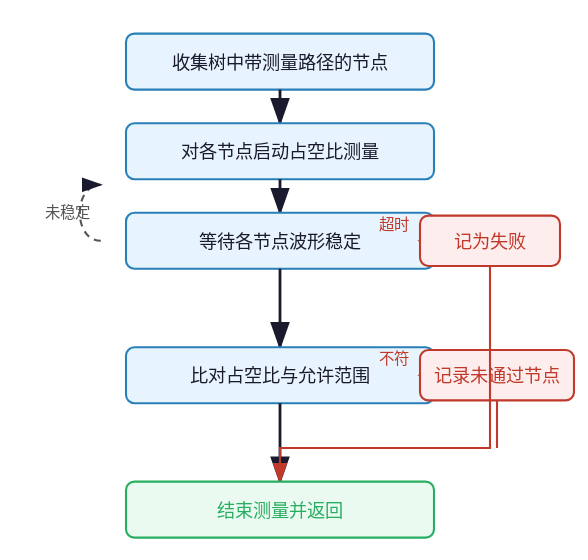
Earlier version of the draw.io export src/sv/agent/clock_tree/images/check_duty_flow.drawio.svg (XiaoHui2023/templates). Source tidied: cells renumbered, new cells last; positions are measured from the earlier drawing's top-left corner, leaving out a move shared by most shapes.
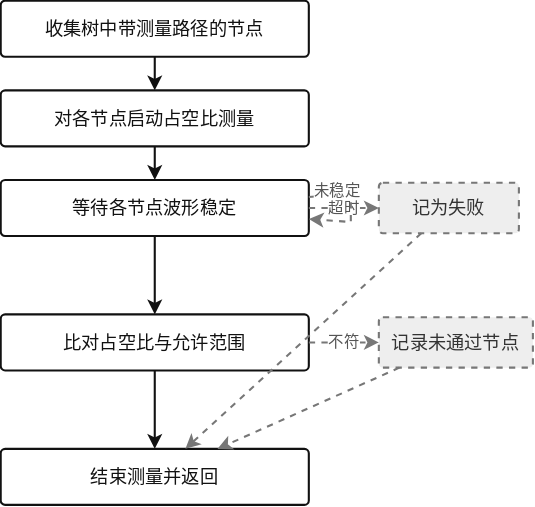
The same diagram one commit later.

The edit, as a diff of the source:
```diff
@@ -2,53 +2,57 @@
   <root>
     <mxCell id="0" />
     <mxCell id="1" parent="0" />
-    <mxCell id="2" value="收集树中带测量路径的节点" style="rounded=1;whiteSpace=wrap;html=1;fillColor=#e8f4fd;strokeColor=#2980b9;align=center;verticalAlign=middle;" parent="1" vertex="1">
+    <mxCell id="2" value="收集树中带测量路径的节点" style="rounded=1;whiteSpace=wrap;html=1;fillColor=#ffffff;strokeColor=#111111;strokeWidth=1.5;fontSize=13;fontColor=#111111;arcSize=8;align=center;verticalAlign=middle;" parent="1" vertex="1">
       <mxGeometry width="220" height="40" as="geometry" />
     </mxCell>
-    <mxCell id="3" value="对各节点启动占空比测量" style="rounded=1;whiteSpace=wrap;html=1;fillColor=#e8f4fd;strokeColor=#2980b9;align=center;verticalAlign=middle;" parent="1" vertex="1">
+    <mxCell id="3" value="对各节点启动占空比测量" style="rounded=1;whiteSpace=wrap;html=1;fillColor=#ffffff;strokeColor=#111111;strokeWidth=1.5;fontSize=13;fontColor=#111111;arcSize=8;align=center;verticalAlign=middle;" parent="1" vertex="1">
       <mxGeometry y="64" width="220" height="40" as="geometry" />
     </mxCell>
-    <mxCell id="4" value="等待各节点波形稳定" style="rounded=1;whiteSpace=wrap;html=1;fillColor=#e8f4fd;strokeColor=#2980b9;align=center;verticalAlign=middle;" parent="1" vertex="1">
+    <mxCell id="4" value="等待各节点波形稳定" style="rounded=1;whiteSpace=wrap;html=1;fillColor=#ffffff;strokeColor=#111111;strokeWidth=1.5;fontSize=13;fontColor=#111111;arcSize=8;align=center;verticalAlign=middle;" parent="1" vertex="1">
       <mxGeometry y="128" width="220" height="40" as="geometry" />
     </mxCell>
-    <mxCell id="5" value="比对占空比与允许范围" style="rounded=1;whiteSpace=wrap;html=1;fillColor=#e8f4fd;strokeColor=#2980b9;align=center;verticalAlign=middle;" parent="1" vertex="1">
+    <mxCell id="5" value="比对占空比与允许范围" style="rounded=1;whiteSpace=wrap;html=1;fillColor=#ffffff;strokeColor=#111111;strokeWidth=1.5;fontSize=13;fontColor=#111111;arcSize=8;align=center;verticalAlign=middle;" parent="1" vertex="1">
       <mxGeometry y="224" width="220" height="40" as="geometry" />
     </mxCell>
-    <mxCell id="6" value="结束测量并返回" style="rounded=1;whiteSpace=wrap;html=1;fillColor=#eafaf1;strokeColor=#27ae60;align=center;verticalAlign=middle;" parent="1" vertex="1">
+    <mxCell id="6" value="结束测量并返回" style="rounded=1;whiteSpace=wrap;html=1;fillColor=#ffffff;strokeColor=#111111;strokeWidth=1.5;fontSize=13;fontColor=#111111;arcSize=8;align=center;verticalAlign=middle;" parent="1" vertex="1">
       <mxGeometry y="320" width="220" height="40" as="geometry" />
     </mxCell>
-    <mxCell id="7" value="记为失败" style="rounded=1;whiteSpace=wrap;html=1;fillColor=#fdedec;strokeColor=#c0392b;align=center;verticalAlign=middle;" parent="1" vertex="1">
-      <mxGeometry x="210" y="130" width="100" height="36" as="geometry" />
+    <mxCell id="7" value="记为失败" style="rounded=1;whiteSpace=wrap;html=1;fillColor=#eeeeee;strokeColor=#777777;dashed=1;strokeWidth=1.5;fontSize=13;fontColor=#333333;arcSize=8;align=center;verticalAlign=middle;" parent="1" vertex="1">
+      <mxGeometry x="270" y="130" width="100" height="36" as="geometry" />
     </mxCell>
-    <mxCell id="8" value="记录未通过节点" style="rounded=1;whiteSpace=wrap;html=1;fillColor=#fdedec;strokeColor=#c0392b;align=center;verticalAlign=middle;" parent="1" vertex="1">
-      <mxGeometry x="210" y="226" width="110" height="36" as="geometry" />
+    <mxCell id="8" value="记录未通过节点" style="rounded=1;whiteSpace=wrap;html=1;fillColor=#eeeeee;strokeColor=#777777;dashed=1;strokeWidth=1.5;fontSize=13;fontColor=#333333;arcSize=8;align=center;verticalAlign=middle;" parent="1" vertex="1">
+      <mxGeometry x="270" y="226" width="110" height="36" as="geometry" />
     </mxCell>
-    <mxCell id="9" style="edgeStyle=none;rounded=0;jettySize=auto;html=1;endArrow=classic;endFill=1;strokeColor=#1a1a2e;fontSize=11;" parent="1" edge="1" source="2" target="3">
+    <mxCell id="9" style="edgeStyle=none;rounded=0;html=1;endArrow=classic;endFill=1;strokeColor=#111111;strokeWidth=1.5;fontSize=11;fontColor=#333333;" parent="1" edge="1" source="2" target="3">
       <mxGeometry relative="1" as="geometry" />
     </mxCell>
-    <mxCell id="10" style="edgeStyle=none;rounded=0;jettySize=auto;html=1;endArrow=classic;endFill=1;strokeColor=#1a1a2e;fontSize=11;" parent="1" edge="1" source="3" target="4">
+    <mxCell id="10" style="edgeStyle=none;rounded=0;html=1;endArrow=classic;endFill=1;strokeColor=#111111;strokeWidth=1.5;fontSize=11;fontColor=#333333;" parent="1" edge="1" source="3" target="4">
       <mxGeometry relative="1" as="geometry" />
     </mxCell>
-    <mxCell id="11" style="edgeStyle=none;rounded=0;jettySize=auto;html=1;endArrow=classic;endFill=1;strokeColor=#1a1a2e;fontSize=11;" parent="1" edge="1" source="4" target="5">
+    <mxCell id="11" style="edgeStyle=none;rounded=0;html=1;endArrow=classic;endFill=1;strokeColor=#111111;strokeWidth=1.5;fontSize=11;fontColor=#333333;" parent="1" edge="1" source="4" target="5">
       <mxGeometry relative="1" as="geometry" />
     </mxCell>
-    <mxCell id="12" style="edgeStyle=none;rounded=0;jettySize=auto;html=1;endArrow=classic;endFill=1;strokeColor=#1a1a2e;fontSize=11;" parent="1" edge="1" source="5" target="6">
+    <mxCell id="12" style="edgeStyle=none;rounded=0;html=1;endArrow=classic;endFill=1;strokeColor=#111111;strokeWidth=1.5;fontSize=11;fontColor=#333333;" parent="1" edge="1" source="5" target="6">
       <mxGeometry relative="1" as="geometry" />
     </mxCell>
-    <mxCell id="13" value="超时" style="edgeStyle=none;rounded=0;jettySize=auto;html=1;endArrow=classic;endFill=1;strokeColor=#c0392b;fontSize=11;fontColor=#c0392b;" parent="1" edge="1" source="4" target="7">
+    <mxCell id="13" value="超时" style="edgeStyle=none;rounded=0;html=1;endArrow=classic;endFill=1;strokeColor=#777777;strokeWidth=1.5;dashed=1;fontSize=11;fontColor=#555555;" parent="1" edge="1" source="4" target="7">
       <mxGeometry relative="1" as="geometry" />
     </mxCell>
-    <mxCell id="14" value="不符" style="edgeStyle=none;rounded=0;jettySize=auto;html=1;endArrow=classic;endFill=1;strokeColor=#c0392b;fontSize=11;fontColor=#c0392b;" parent="1" edge="1" source="5" target="8">
+    <mxCell id="14" value="不符" style="edgeStyle=none;rounded=0;html=1;endArrow=classic;endFill=1;strokeColor=#777777;strokeWidth=1.5;dashed=1;fontSize=11;fontColor=#555555;" parent="1" edge="1" source="5" target="8">
       <mxGeometry relative="1" as="geometry" />
     </mxCell>
-    <mxCell id="15" style="edgeStyle=none;rounded=0;jettySize=auto;html=1;endArrow=classic;endFill=1;strokeColor=#c0392b;fontSize=11;" parent="1" edge="1" source="7" target="6">
+    <mxCell id="15" style="edgeStyle=none;rounded=0;html=1;endArrow=classic;endFill=1;strokeColor=#777777;strokeWidth=1.5;dashed=1;fontSize=11;fontColor=#555555;" parent="1" edge="1" source="7" target="6">
       <mxGeometry relative="1" as="geometry" />
     </mxCell>
-    <mxCell id="16" style="edgeStyle=none;rounded=0;jettySize=auto;html=1;endArrow=classic;endFill=1;strokeColor=#c0392b;fontSize=11;" parent="1" edge="1" source="8" target="6">
+    <mxCell id="16" style="edgeStyle=none;rounded=0;html=1;endArrow=classic;endFill=1;strokeColor=#777777;strokeWidth=1.5;dashed=1;fontSize=11;fontColor=#555555;" parent="1" edge="1" source="8" target="6">
       <mxGeometry relative="1" as="geometry" />
     </mxCell>
-    <mxCell id="17" value="未稳定" style="edgeStyle=none;rounded=0;orthogonalLoop=1;jettySize=auto;html=1;endArrow=classic;endFill=1;strokeColor=#555555;fontSize=11;dashed=1;fontColor=#555555;" parent="1" edge="1" source="4" target="4">
-      <mxGeometry relative="1" as="geometry" />
+    <mxCell id="17" value="未稳定" style="edgeStyle=none;rounded=0;html=1;endArrow=classic;endFill=1;strokeColor=#777777;strokeWidth=1.5;dashed=1;fontSize=11;fontColor=#555555;" parent="1" edge="1" source="4" target="4">
+      <mxGeometry x="-0.49" y="3" relative="1" as="geometry">
+        <Array as="points">
+          <mxPoint x="250" y="156" />
+        </Array>
+      </mxGeometry>
     </mxCell>
   </root>
 </mxGraphModel>
```
